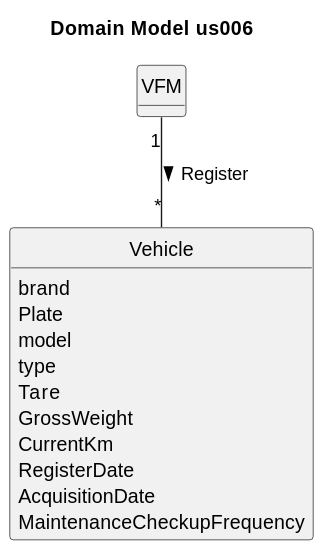
Before: docs/sprintB/us006/02.analysis/svg/project-domain-model-Domain_Model_us006.svg, a diagram exported from PlantUML (Departamento-de-Engenharia-Informatica/lei-24-s2-1dm-g132).
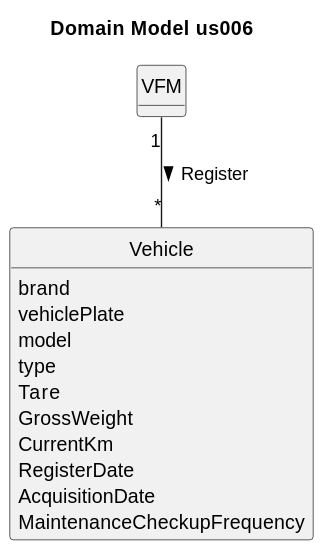
After the commit.

Commit message:
small changes in the us006 domain model

Diff of the diagram source:
```diff
@@ -13,7 +13,7 @@
 
 class Vehicle {
     brand
-    Plate
+    vehiclePlate
     model
     type
     Tare
```
